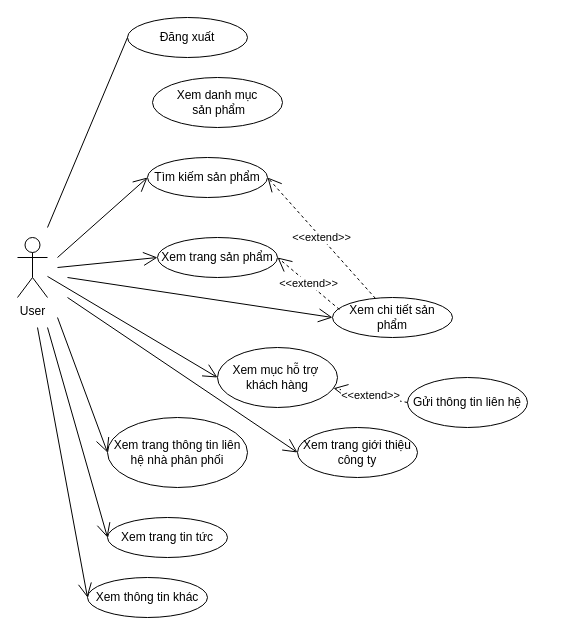
This is Use Case/userUC.drawio from hoangminh15/PTTKHT, a draw.io file, before an edit. Source tidied: cells renumbered, new cells numbered last; positions are measured from the earlier drawing's top-left corner, leaving out a move shared by most shapes. Both pictures are drawn from the tidied source at 100%, with x=0, y=0 at pixel (17, 17).
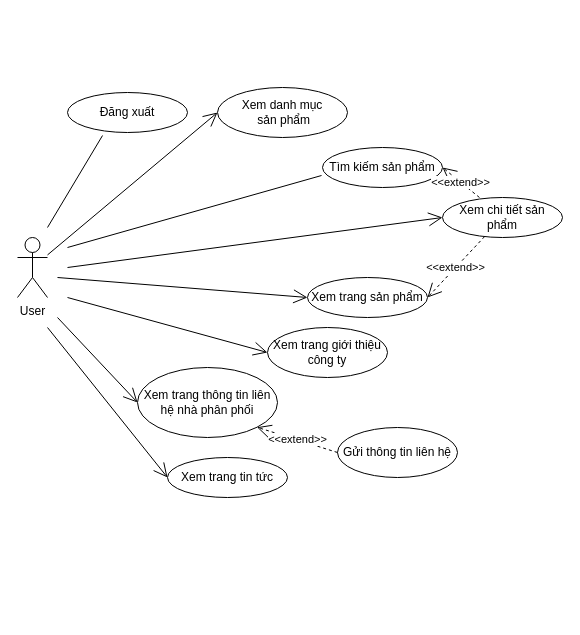
The same diagram, later.

Unchanged cells that the change refers to:
```xml
<mxCell id="2" value="User&lt;br&gt;" style="shape=umlActor;verticalLabelPosition=bottom;verticalAlign=top;html=1;outlineConnect=0;" parent="1" vertex="1">
  <mxGeometry y="220" width="30" height="60" as="geometry" />
</mxCell>
```

What changed in the source:
```diff
@@
     <mxCell id="3" value="Xem chi tiết sản phẩm" style="ellipse;whiteSpace=wrap;html=1;" parent="1" vertex="1">
-      <mxGeometry x="315" y="280" width="120" height="40" as="geometry" />
+      <mxGeometry x="425" y="180" width="120" height="40" as="geometry" />
     </mxCell>
     <mxCell id="4" value="Xem trang sản phẩm" style="ellipse;whiteSpace=wrap;html=1;" parent="1" vertex="1">
-      <mxGeometry x="140" y="220" width="120" height="40" as="geometry" />
+      <mxGeometry x="290" y="260" width="120" height="40" as="geometry" />
     </mxCell>
     <mxCell id="5" value="Xem trang tin tức" style="ellipse;whiteSpace=wrap;html=1;" parent="1" vertex="1">
-      <mxGeometry x="90" y="500" width="120" height="40" as="geometry" />
+      <mxGeometry x="150" y="440" width="120" height="40" as="geometry" />
     </mxCell>
     <mxCell id="6" value="Xem trang thông tin liên hệ nhà phân phối" style="ellipse;whiteSpace=wrap;html=1;" parent="1" vertex="1">
-      <mxGeometry x="90" y="400" width="140" height="70" as="geometry" />
+      <mxGeometry x="120" y="350" width="140" height="70" as="geometry" />
     </mxCell>
     <mxCell id="7" value="Gửi thông tin liên hệ" style="ellipse;whiteSpace=wrap;html=1;" parent="1" vertex="1">
-      <mxGeometry x="390" y="360" width="120" height="50" as="geometry" />
+      <mxGeometry x="320" y="410" width="120" height="50" as="geometry" />
     </mxCell>
-    <mxCell id="8" value="Xem mục hỗ trợ&amp;nbsp;&lt;br&gt;khách hàng" style="ellipse;whiteSpace=wrap;html=1;" parent="1" vertex="1">
-      <mxGeometry x="200" y="330" width="120" height="60" as="geometry" />
-    </mxCell>
-    <mxCell id="9" value="Xem thông tin khác" style="ellipse;whiteSpace=wrap;html=1;" parent="1" vertex="1">
-      <mxGeometry x="70" y="560" width="120" height="40" as="geometry" />
-    </mxCell>
-    <mxCell id="10" value="&amp;lt;&amp;lt;extend&amp;gt;&amp;gt;" style="endArrow=open;endSize=12;dashed=1;html=1;exitX=0;exitY=0.5;exitDx=0;exitDy=0;" parent="1" edge="1" source="7" target="8">
+    <mxCell id="10" value="&amp;lt;&amp;lt;extend&amp;gt;&amp;gt;" style="endArrow=open;endSize=12;dashed=1;html=1;exitX=0;exitY=0.5;exitDx=0;exitDy=0;entryX=1;entryY=1;entryDx=0;entryDy=0;" parent="1" edge="1" source="7" target="6">
       <mxGeometry relative="1" as="geometry" />
     </mxCell>
     <mxCell id="11" value="Xem trang giới thiệu công ty" style="ellipse;whiteSpace=wrap;html=1;" parent="1" vertex="1">
-      <mxGeometry x="280" y="410" width="120" height="50" as="geometry" />
+      <mxGeometry x="250" y="310" width="120" height="50" as="geometry" />
     </mxCell>
-    <mxCell id="12" value="&amp;lt;&amp;lt;extend&amp;gt;&amp;gt;" style="endArrow=open;endSize=12;dashed=1;html=1;exitX=0.058;exitY=0.3;exitDx=0;exitDy=0;exitPerimeter=0;entryX=1;entryY=0.5;entryDx=0;entryDy=0;" parent="1" edge="1" source="3" target="4">
+    <mxCell id="12" value="&amp;lt;&amp;lt;extend&amp;gt;&amp;gt;" style="endArrow=open;endSize=12;dashed=1;html=1;entryX=1;entryY=0.5;entryDx=0;entryDy=0;" parent="1" edge="1" source="3" target="4">
       <mxGeometry relative="1" as="geometry" />
     </mxCell>
@@
-    <mxCell id="14" style="endArrow=open;endFill=1;endSize=12;html=1;entryX=0;entryY=0.5;entryDx=0;entryDy=0;" parent="1" edge="1" source="2" target="8">
-      <mxGeometry relative="1" as="geometry" />
-    </mxCell>
@@
-    <mxCell id="17" style="endArrow=open;endFill=1;endSize=12;html=1;entryX=0;entryY=0.5;entryDx=0;entryDy=0;" parent="1" edge="1" target="9">
-      <mxGeometry relative="1" as="geometry">
-        <mxPoint x="20" y="310" as="sourcePoint" />
-      </mxGeometry>
-    </mxCell>
     <mxCell id="18" value="Đăng xuất" style="ellipse;whiteSpace=wrap;html=1;" parent="1" vertex="1">
-      <mxGeometry x="110" width="120" height="40" as="geometry" />
+      <mxGeometry x="50" y="75" width="120" height="40" as="geometry" />
     </mxCell>
-    <mxCell id="19" style="endArrow=none;html=1;entryX=0;entryY=0.5;entryDx=0;entryDy=0;" parent="1" edge="1" target="18">
+    <mxCell id="19" style="endArrow=none;html=1;entryX=0.292;entryY=1.075;entryDx=0;entryDy=0;entryPerimeter=0;" parent="1" edge="1" target="18">
       <mxGeometry relative="1" as="geometry">
         <mxPoint x="30" y="210" as="sourcePoint" />
       </mxGeometry>
     </mxCell>
     <mxCell id="20" value="Tìm kiếm sản phẩm" style="ellipse;whiteSpace=wrap;html=1;" parent="1" vertex="1">
-      <mxGeometry x="130" y="140" width="120" height="40" as="geometry" />
+      <mxGeometry x="305" y="130" width="120" height="40" as="geometry" />
     </mxCell>
-    <mxCell id="21" value="&amp;lt;&amp;lt;extend&amp;gt;&amp;gt;" style="endArrow=open;endSize=12;dashed=1;html=1;entryX=1;entryY=0.5;entryDx=0;entryDy=0;" parent="1" edge="1" source="3" target="20">
+    <mxCell id="21" value="&amp;lt;&amp;lt;extend&amp;gt;&amp;gt;" style="endArrow=open;endSize=12;dashed=1;html=1;entryX=1;entryY=0.5;entryDx=0;entryDy=0;exitX=0.308;exitY=0;exitDx=0;exitDy=0;exitPerimeter=0;" parent="1" edge="1" source="3" target="20">
       <mxGeometry relative="1" as="geometry" />
     </mxCell>
     <mxCell id="22" value="Xem danh mục&lt;br&gt;&amp;nbsp;sản phẩm" style="ellipse;whiteSpace=wrap;html=1;" parent="1" vertex="1">
-      <mxGeometry x="135" y="60" width="130" height="50" as="geometry" />
+      <mxGeometry x="200" y="70" width="130" height="50" as="geometry" />
     </mxCell>
-    <mxCell id="23" style="endArrow=open;endFill=1;endSize=12;html=1;entryX=0;entryY=0.5;entryDx=0;entryDy=0;" parent="1" edge="1" target="20">
-      <mxGeometry relative="1" as="geometry">
-        <mxPoint x="40" y="240" as="sourcePoint" />
-      </mxGeometry>
-    </mxCell>
     <mxCell id="24" style="endArrow=open;endFill=1;endSize=12;html=1;entryX=0;entryY=0.5;entryDx=0;entryDy=0;" parent="1" edge="1" target="4">
       <mxGeometry relative="1" as="geometry">
-        <mxPoint x="40" y="250" as="sourcePoint" />
+        <mxPoint x="40" y="260" as="sourcePoint" />
       </mxGeometry>
     </mxCell>
     <mxCell id="25" style="endArrow=open;endFill=1;endSize=12;html=1;entryX=0;entryY=0.5;entryDx=0;entryDy=0;" parent="1" edge="1" target="3">
       <mxGeometry relative="1" as="geometry">
-        <mxPoint x="50" y="260" as="sourcePoint" />
+        <mxPoint x="50" y="250" as="sourcePoint" />
       </mxGeometry>
     </mxCell>
+    <mxCell id="26" style="endArrow=none;html=1;entryX=-0.008;entryY=0.7;entryDx=0;entryDy=0;entryPerimeter=0;" parent="1" edge="1" target="20">
+      <mxGeometry relative="1" as="geometry">
+        <mxPoint x="50" y="230" as="sourcePoint" />
+      </mxGeometry>
+    </mxCell>
+    <mxCell id="27" style="endArrow=open;endFill=1;endSize=12;html=1;entryX=0;entryY=0.5;entryDx=0;entryDy=0;" parent="1" edge="1" source="2" target="22">
+      <mxGeometry relative="1" as="geometry" />
+    </mxCell>
```
